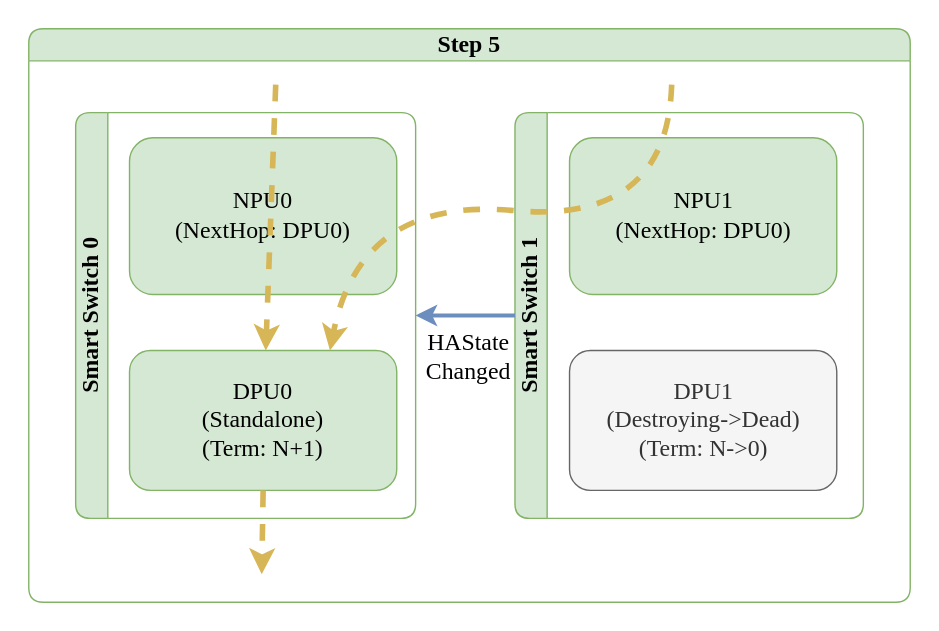
This is doc/smart-switch/high-availability/images/ha-planned-events-shutdown-step-5.svg from sonic-net/SONiC, a draw.io export, as it was before one commit. Source tidied: cells renumbered, new cells last; positions are measured from the earlier drawing's top-left corner, leaving out a move shared by most shapes. Source of this version:
```xml
<mxGraphModel>
  <root>
    <mxCell id="0" />
    <mxCell id="1" parent="0" />
    <mxCell id="2" value="Step 5" style="swimlane;horizontal=1;whiteSpace=wrap;html=1;rounded=1;labelBorderColor=none;strokeColor=#82b366;fontFamily=Consolas;fontSize=17;startSize=23;fillColor=#d5e8d4;swimlaneFillColor=#FFFFFF;" parent="1" vertex="1">
      <mxGeometry width="630" height="410" as="geometry" />
    </mxCell>
    <mxCell id="3" value="Smart Switch 0" style="swimlane;horizontal=0;whiteSpace=wrap;html=1;rounded=1;labelBorderColor=none;strokeColor=#82b366;fontFamily=Consolas;fontSize=17;startSize=23;fillColor=#d5e8d4;swimlaneFillColor=#FFFFFF;" parent="2" vertex="1">
      <mxGeometry x="33.5" y="60" width="243" height="290" as="geometry" />
    </mxCell>
    <mxCell id="4" value="NPU0&lt;br style=&quot;font-size: 17px;&quot;&gt;(NextHop: DPU0)" style="rounded=1;whiteSpace=wrap;html=1;strokeColor=#82b366;fontFamily=Consolas;fontSize=17;startSize=23;fillColor=#d5e8d4;" parent="3" vertex="1">
      <mxGeometry x="38.5" y="18" width="191" height="112" as="geometry" />
    </mxCell>
    <mxCell id="5" value="DPU0&lt;br style=&quot;border-color: var(--border-color); font-size: 17px;&quot;&gt;(Standalone)&lt;br style=&quot;border-color: var(--border-color); font-size: 17px;&quot;&gt;(Term: N+1)" style="rounded=1;whiteSpace=wrap;html=1;strokeColor=#82b366;fontFamily=Consolas;fontSize=17;startSize=23;fillColor=#d5e8d4;" parent="3" vertex="1">
      <mxGeometry x="38.5" y="170" width="191" height="100" as="geometry" />
    </mxCell>
    <mxCell id="6" value="Smart Switch 1" style="swimlane;horizontal=0;whiteSpace=wrap;html=1;rounded=1;labelBorderColor=none;strokeColor=#82b366;fontFamily=Consolas;fontSize=17;startSize=23;fillColor=#d5e8d4;swimlaneFillColor=#FFFFFF;" parent="2" vertex="1">
      <mxGeometry x="347.5" y="60" width="249" height="290" as="geometry" />
    </mxCell>
    <mxCell id="7" value="NPU1&lt;br style=&quot;font-size: 17px;&quot;&gt;(NextHop: DPU0)" style="rounded=1;whiteSpace=wrap;html=1;strokeColor=#82b366;fontFamily=Consolas;fontSize=17;startSize=23;fillColor=#d5e8d4;" parent="6" vertex="1">
      <mxGeometry x="39" y="18" width="191" height="112" as="geometry" />
    </mxCell>
    <mxCell id="8" value="DPU1&lt;br style=&quot;border-color: var(--border-color); font-size: 17px;&quot;&gt;(Destroying-&amp;gt;Dead)&lt;br style=&quot;border-color: var(--border-color); font-size: 17px;&quot;&gt;(Term: N-&amp;gt;0)" style="rounded=1;whiteSpace=wrap;html=1;strokeColor=#666666;fontFamily=Consolas;fontSize=17;startSize=23;fillColor=#f5f5f5;fontColor=#333333;" parent="6" vertex="1">
      <mxGeometry x="39" y="170" width="191" height="100" as="geometry" />
    </mxCell>
    <mxCell id="9" style="curved=1;endArrow=classic;html=1;rounded=0;fillColor=#fff2cc;strokeColor=#d6b656;strokeWidth=4;dashed=1;endFill=1;fontFamily=Consolas;fontSize=17;" parent="2" edge="1" target="5">
      <mxGeometry relative="1" as="geometry">
        <mxPoint x="176.5" y="40" as="sourcePoint" />
      </mxGeometry>
    </mxCell>
    <mxCell id="10" style="curved=1;endArrow=classic;html=1;rounded=0;entryX=0.75;entryY=0;entryDx=0;entryDy=0;fillColor=#fff2cc;strokeColor=#d6b656;strokeWidth=4;dashed=1;endFill=1;fontFamily=Consolas;fontSize=17;" parent="2" edge="1" target="5">
      <mxGeometry relative="1" as="geometry">
        <mxPoint x="459.5" y="40" as="sourcePoint" />
        <Array as="points">
          <mxPoint x="456.5" y="140" />
          <mxPoint x="236.5" y="120" />
        </Array>
      </mxGeometry>
    </mxCell>
    <mxCell id="11" style="endArrow=classic;html=1;rounded=0;fillColor=#fff2cc;strokeColor=#d6b656;strokeWidth=4;dashed=1;endFill=1;exitX=0.5;exitY=1;exitDx=0;exitDy=0;fontFamily=Consolas;fontSize=17;" parent="2" edge="1" source="5">
      <mxGeometry relative="1" as="geometry">
        <mxPoint x="166.5" y="390" as="targetPoint" />
      </mxGeometry>
    </mxCell>
    <mxCell id="12" value="HAState&lt;br style=&quot;font-size: 17px;&quot;&gt;Changed" style="endArrow=none;startArrow=classic;html=1;rounded=0;exitX=1;exitY=0.5;exitDx=0;exitDy=0;entryX=0;entryY=0.5;entryDx=0;entryDy=0;fillColor=#dae8fc;strokeColor=#6c8ebf;strokeWidth=3;fontFamily=Consolas;fontSize=17;startFill=1;endFill=0;labelBackgroundColor=none;" parent="2" edge="1" source="3" target="6">
      <mxGeometry x="0.04" y="-30" relative="1" as="geometry" />
    </mxCell>
  </root>
</mxGraphModel>
```
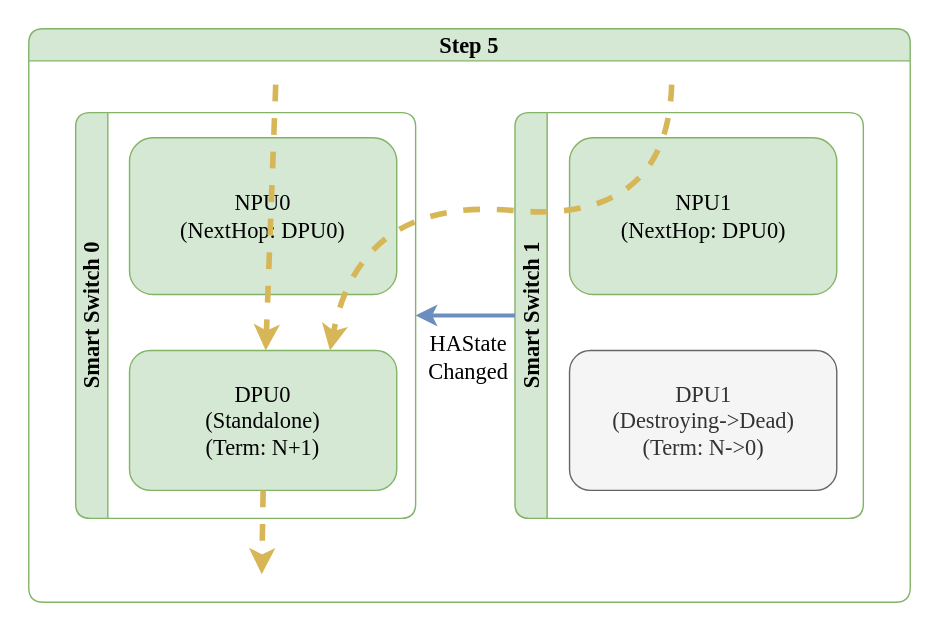
After the commit.

Diff of the diagram source:
```diff
@@ -2,33 +2,33 @@
   <root>
     <mxCell id="0" />
     <mxCell id="1" parent="0" />
-    <mxCell id="2" value="Step 5" style="swimlane;horizontal=1;whiteSpace=wrap;html=1;rounded=1;labelBorderColor=none;strokeColor=#82b366;fontFamily=Consolas;fontSize=17;startSize=23;fillColor=#d5e8d4;swimlaneFillColor=#FFFFFF;" parent="1" vertex="1">
+    <mxCell id="2" value="Step 5" style="swimlane;horizontal=1;whiteSpace=wrap;html=1;rounded=1;labelBorderColor=none;strokeColor=#82b366;fontFamily=Monaco;fontSize=16;startSize=23;fillColor=#d5e8d4;swimlaneFillColor=#FFFFFF;" parent="1" vertex="1">
       <mxGeometry width="630" height="410" as="geometry" />
     </mxCell>
-    <mxCell id="3" value="Smart Switch 0" style="swimlane;horizontal=0;whiteSpace=wrap;html=1;rounded=1;labelBorderColor=none;strokeColor=#82b366;fontFamily=Consolas;fontSize=17;startSize=23;fillColor=#d5e8d4;swimlaneFillColor=#FFFFFF;" parent="2" vertex="1">
+    <mxCell id="3" value="Smart Switch 0" style="swimlane;horizontal=0;whiteSpace=wrap;html=1;rounded=1;labelBorderColor=none;strokeColor=#82b366;fontFamily=Monaco;fontSize=16;startSize=23;fillColor=#d5e8d4;swimlaneFillColor=#FFFFFF;" parent="2" vertex="1">
       <mxGeometry x="33.5" y="60" width="243" height="290" as="geometry" />
     </mxCell>
-    <mxCell id="4" value="NPU0&lt;br style=&quot;font-size: 17px;&quot;&gt;(NextHop: DPU0)" style="rounded=1;whiteSpace=wrap;html=1;strokeColor=#82b366;fontFamily=Consolas;fontSize=17;startSize=23;fillColor=#d5e8d4;" parent="3" vertex="1">
+    <mxCell id="4" value="NPU0&lt;br style=&quot;font-size: 16px;&quot;&gt;(NextHop: DPU0)" style="rounded=1;whiteSpace=wrap;html=1;strokeColor=#82b366;fontFamily=Monaco;fontSize=16;startSize=23;fillColor=#d5e8d4;" parent="3" vertex="1">
       <mxGeometry x="38.5" y="18" width="191" height="112" as="geometry" />
     </mxCell>
-    <mxCell id="5" value="DPU0&lt;br style=&quot;border-color: var(--border-color); font-size: 17px;&quot;&gt;(Standalone)&lt;br style=&quot;border-color: var(--border-color); font-size: 17px;&quot;&gt;(Term: N+1)" style="rounded=1;whiteSpace=wrap;html=1;strokeColor=#82b366;fontFamily=Consolas;fontSize=17;startSize=23;fillColor=#d5e8d4;" parent="3" vertex="1">
+    <mxCell id="5" value="DPU0&lt;br style=&quot;border-color: var(--border-color); font-size: 16px;&quot;&gt;(Standalone)&lt;br style=&quot;border-color: var(--border-color); font-size: 16px;&quot;&gt;(Term: N+1)" style="rounded=1;whiteSpace=wrap;html=1;strokeColor=#82b366;fontFamily=Monaco;fontSize=16;startSize=23;fillColor=#d5e8d4;" parent="3" vertex="1">
       <mxGeometry x="38.5" y="170" width="191" height="100" as="geometry" />
     </mxCell>
-    <mxCell id="6" value="Smart Switch 1" style="swimlane;horizontal=0;whiteSpace=wrap;html=1;rounded=1;labelBorderColor=none;strokeColor=#82b366;fontFamily=Consolas;fontSize=17;startSize=23;fillColor=#d5e8d4;swimlaneFillColor=#FFFFFF;" parent="2" vertex="1">
+    <mxCell id="6" value="Smart Switch 1" style="swimlane;horizontal=0;whiteSpace=wrap;html=1;rounded=1;labelBorderColor=none;strokeColor=#82b366;fontFamily=Monaco;fontSize=16;startSize=23;fillColor=#d5e8d4;swimlaneFillColor=#FFFFFF;" parent="2" vertex="1">
       <mxGeometry x="347.5" y="60" width="249" height="290" as="geometry" />
     </mxCell>
-    <mxCell id="7" value="NPU1&lt;br style=&quot;font-size: 17px;&quot;&gt;(NextHop: DPU0)" style="rounded=1;whiteSpace=wrap;html=1;strokeColor=#82b366;fontFamily=Consolas;fontSize=17;startSize=23;fillColor=#d5e8d4;" parent="6" vertex="1">
+    <mxCell id="7" value="NPU1&lt;br style=&quot;font-size: 16px;&quot;&gt;(NextHop: DPU0)" style="rounded=1;whiteSpace=wrap;html=1;strokeColor=#82b366;fontFamily=Monaco;fontSize=16;startSize=23;fillColor=#d5e8d4;" parent="6" vertex="1">
       <mxGeometry x="39" y="18" width="191" height="112" as="geometry" />
     </mxCell>
-    <mxCell id="8" value="DPU1&lt;br style=&quot;border-color: var(--border-color); font-size: 17px;&quot;&gt;(Destroying-&amp;gt;Dead)&lt;br style=&quot;border-color: var(--border-color); font-size: 17px;&quot;&gt;(Term: N-&amp;gt;0)" style="rounded=1;whiteSpace=wrap;html=1;strokeColor=#666666;fontFamily=Consolas;fontSize=17;startSize=23;fillColor=#f5f5f5;fontColor=#333333;" parent="6" vertex="1">
+    <mxCell id="8" value="DPU1&lt;br style=&quot;border-color: var(--border-color); font-size: 16px;&quot;&gt;(Destroying-&amp;gt;Dead)&lt;br style=&quot;border-color: var(--border-color); font-size: 16px;&quot;&gt;(Term: N-&amp;gt;0)" style="rounded=1;whiteSpace=wrap;html=1;strokeColor=#666666;fontFamily=Monaco;fontSize=16;startSize=23;fillColor=#f5f5f5;fontColor=#333333;" parent="6" vertex="1">
       <mxGeometry x="39" y="170" width="191" height="100" as="geometry" />
     </mxCell>
-    <mxCell id="9" style="curved=1;endArrow=classic;html=1;rounded=0;fillColor=#fff2cc;strokeColor=#d6b656;strokeWidth=4;dashed=1;endFill=1;fontFamily=Consolas;fontSize=17;" parent="2" edge="1" target="5">
+    <mxCell id="9" style="curved=1;endArrow=classic;html=1;rounded=0;fillColor=#fff2cc;strokeColor=#d6b656;strokeWidth=4;dashed=1;endFill=1;fontFamily=Monaco;fontSize=16;" parent="2" edge="1" target="5">
       <mxGeometry relative="1" as="geometry">
         <mxPoint x="176.5" y="40" as="sourcePoint" />
       </mxGeometry>
     </mxCell>
-    <mxCell id="10" style="curved=1;endArrow=classic;html=1;rounded=0;entryX=0.75;entryY=0;entryDx=0;entryDy=0;fillColor=#fff2cc;strokeColor=#d6b656;strokeWidth=4;dashed=1;endFill=1;fontFamily=Consolas;fontSize=17;" parent="2" edge="1" target="5">
+    <mxCell id="10" style="curved=1;endArrow=classic;html=1;rounded=0;entryX=0.75;entryY=0;entryDx=0;entryDy=0;fillColor=#fff2cc;strokeColor=#d6b656;strokeWidth=4;dashed=1;endFill=1;fontFamily=Monaco;fontSize=16;" parent="2" edge="1" target="5">
       <mxGeometry relative="1" as="geometry">
         <mxPoint x="459.5" y="40" as="sourcePoint" />
         <Array as="points">
@@ -37,12 +37,12 @@
         </Array>
       </mxGeometry>
     </mxCell>
-    <mxCell id="11" style="endArrow=classic;html=1;rounded=0;fillColor=#fff2cc;strokeColor=#d6b656;strokeWidth=4;dashed=1;endFill=1;exitX=0.5;exitY=1;exitDx=0;exitDy=0;fontFamily=Consolas;fontSize=17;" parent="2" edge="1" source="5">
+    <mxCell id="11" style="endArrow=classic;html=1;rounded=0;fillColor=#fff2cc;strokeColor=#d6b656;strokeWidth=4;dashed=1;endFill=1;exitX=0.5;exitY=1;exitDx=0;exitDy=0;fontFamily=Monaco;fontSize=16;" parent="2" edge="1" source="5">
       <mxGeometry relative="1" as="geometry">
         <mxPoint x="166.5" y="390" as="targetPoint" />
       </mxGeometry>
     </mxCell>
-    <mxCell id="12" value="HAState&lt;br style=&quot;font-size: 17px;&quot;&gt;Changed" style="endArrow=none;startArrow=classic;html=1;rounded=0;exitX=1;exitY=0.5;exitDx=0;exitDy=0;entryX=0;entryY=0.5;entryDx=0;entryDy=0;fillColor=#dae8fc;strokeColor=#6c8ebf;strokeWidth=3;fontFamily=Consolas;fontSize=17;startFill=1;endFill=0;labelBackgroundColor=none;" parent="2" edge="1" source="3" target="6">
+    <mxCell id="12" value="HAState&lt;br style=&quot;font-size: 16px;&quot;&gt;Changed" style="endArrow=none;startArrow=classic;html=1;rounded=0;exitX=1;exitY=0.5;exitDx=0;exitDy=0;entryX=0;entryY=0.5;entryDx=0;entryDy=0;fillColor=#dae8fc;strokeColor=#6c8ebf;strokeWidth=3;fontFamily=Monaco;fontSize=16;startFill=1;endFill=0;labelBackgroundColor=none;" parent="2" edge="1" source="3" target="6">
       <mxGeometry x="0.04" y="-30" relative="1" as="geometry" />
     </mxCell>
   </root>
```
